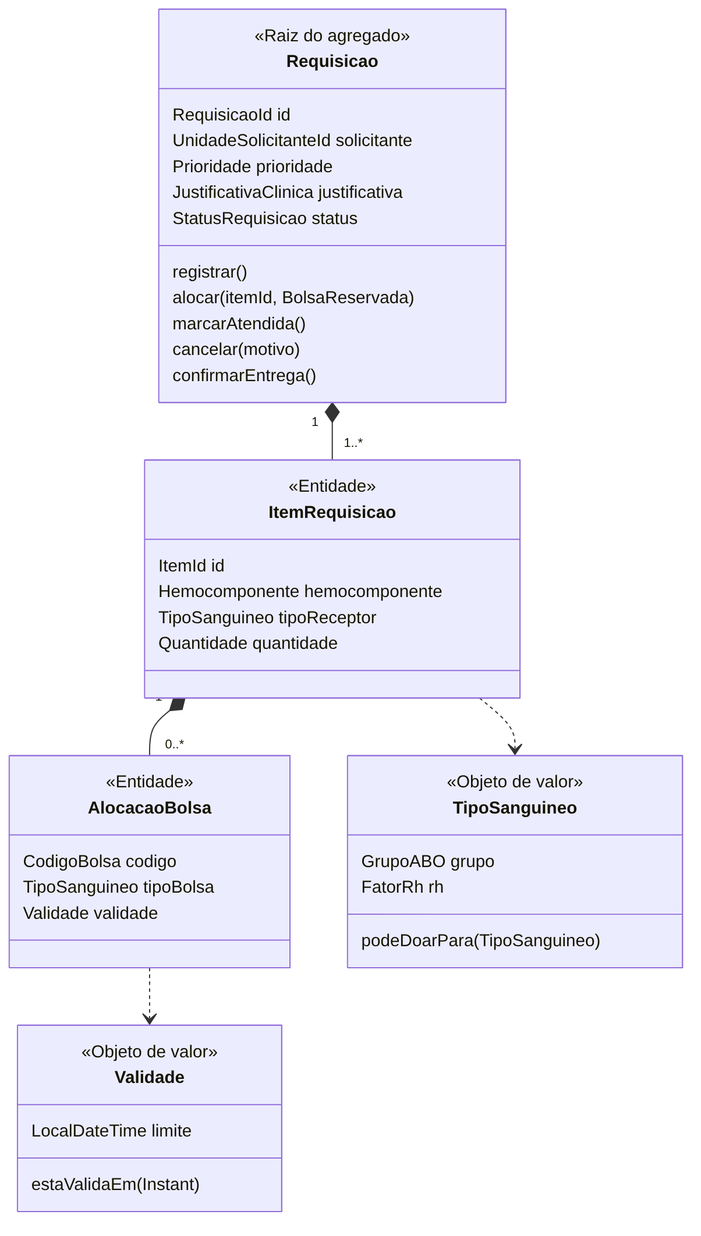
The Mermaid diagram docs/arquitetura/img/agregado-requisicao.png in egs3-coder/Trabalho-U2-Parte-2-Planejamento-da-remodelagem, before a commit. Its source is kept beside it as docs/arquitetura/contexto/agregado-requisicao.mmd. Its diagram source:
```mermaid
classDiagram
  class Requisicao {
    <<Raiz do agregado>>
    RequisicaoId id
    UnidadeSolicitanteId solicitante
    Prioridade prioridade
    JustificativaClinica justificativa
    StatusRequisicao status
    registrar()
    alocar(itemId, BolsaReservada)
    marcarAtendida()
    cancelar(motivo)
    confirmarEntrega()
  }
  class ItemRequisicao {
    <<Entidade>>
    ItemId id
    Hemocomponente hemocomponente
    TipoSanguineo tipoReceptor
    Quantidade quantidade
  }
  class AlocacaoBolsa {
    <<Entidade>>
    CodigoBolsa codigo
    TipoSanguineo tipoBolsa
    Validade validade
  }
  class TipoSanguineo {
    <<Objeto de valor>>
    GrupoABO grupo
    FatorRh rh
    podeDoarPara(TipoSanguineo)
  }
  class Validade {
    <<Objeto de valor>>
    LocalDateTime limite
    estaValidaEm(Instant)
  }
  Requisicao "1" *-- "1..*" ItemRequisicao
  ItemRequisicao "1" *-- "0..*" AlocacaoBolsa
  ItemRequisicao ..> TipoSanguineo
  AlocacaoBolsa ..> Validade
```
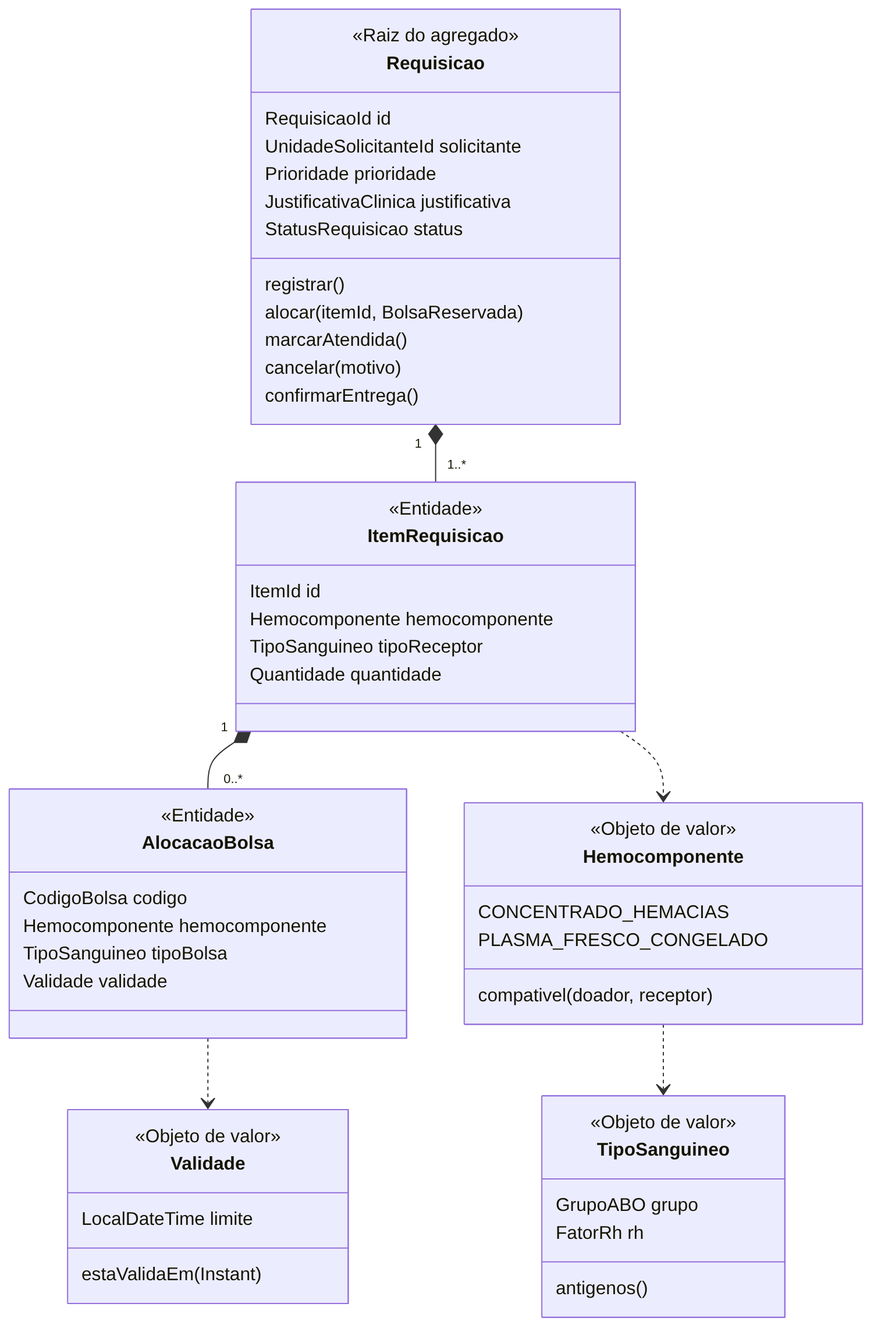
After the commit.

The edit, as a diff of the source:
```diff
@@ -22,14 +22,21 @@
   class AlocacaoBolsa {
     <<Entidade>>
     CodigoBolsa codigo
+    Hemocomponente hemocomponente
     TipoSanguineo tipoBolsa
     Validade validade
+  }
+  class Hemocomponente {
+    <<Objeto de valor>>
+    CONCENTRADO_HEMACIAS
+    PLASMA_FRESCO_CONGELADO
+    compativel(doador, receptor)
   }
   class TipoSanguineo {
     <<Objeto de valor>>
     GrupoABO grupo
     FatorRh rh
-    podeDoarPara(TipoSanguineo)
+    antigenos()
   }
   class Validade {
     <<Objeto de valor>>
@@ -38,5 +45,6 @@
   }
   Requisicao "1" *-- "1..*" ItemRequisicao
   ItemRequisicao "1" *-- "0..*" AlocacaoBolsa
-  ItemRequisicao ..> TipoSanguineo
+  ItemRequisicao ..> Hemocomponente
+  Hemocomponente ..> TipoSanguineo
   AlocacaoBolsa ..> Validade
```
